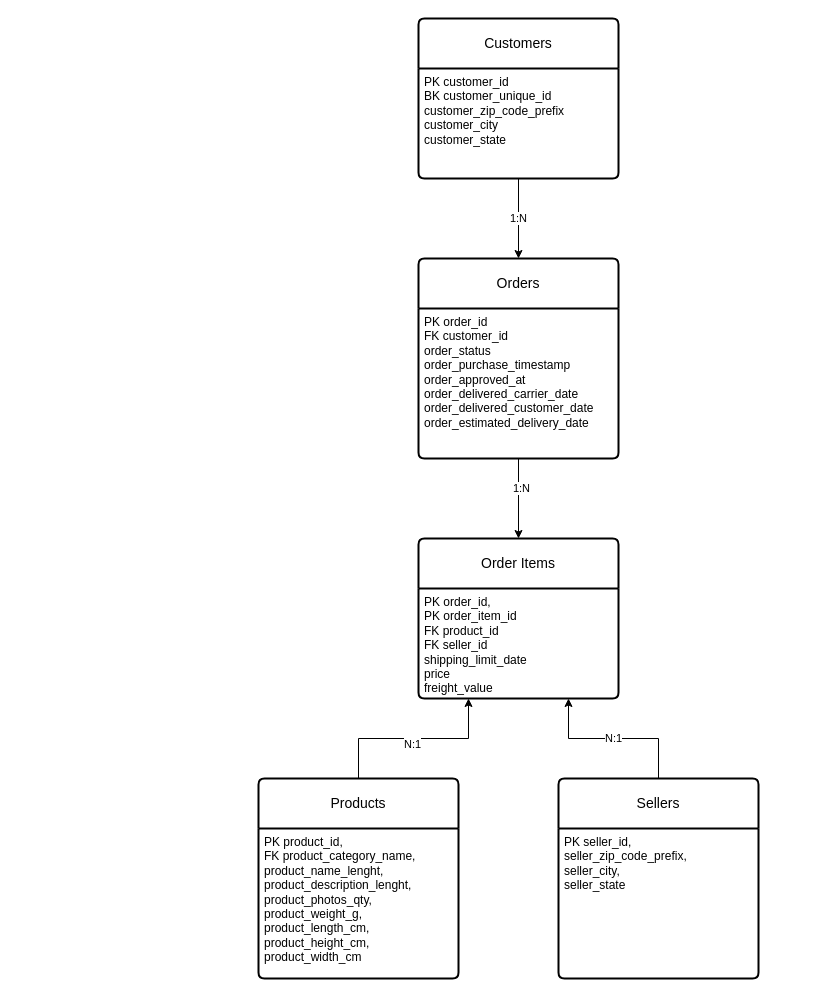
neeleshksingh/Ecommerce-Sales-Analytics keeps this draw.io diagram as docs/diagrams/logical-erd.drawio. Above is the earlier version. Source tidied: cells renumbered, new cells numbered last; positions are measured from the earlier drawing's top-left corner, leaving out a move shared by most shapes. Both pictures are drawn from the tidied source at 100%, with x=0, y=0 at pixel (258, 18).
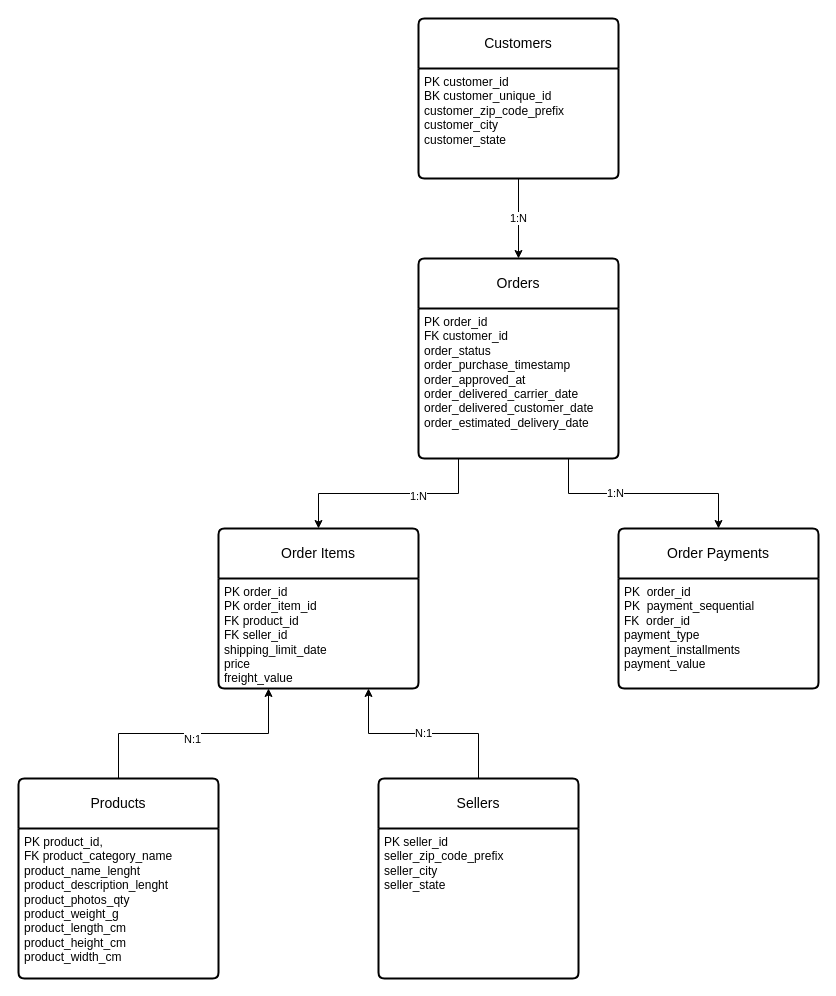
Above is the later version.

Commit message (it also covers changes not shown here):
Add Order Payments to ERD documentation

Unchanged cells that the change refers to:
```xml
<mxCell id="10" value="Orders" style="swimlane;horizontal=1;startSize=50;rounded=1;fontSize=14;fontStyle=0;strokeWidth=2;shadow=0;dashed=0;align=center;arcSize=4;whiteSpace=wrap;html=1;" parent="1" vertex="1">
  <mxGeometry x="160" y="240" width="200" height="200" as="geometry" />
</mxCell>
```

Diff of the diagram source:
```diff
@@
     <mxCell id="8" style="edgeStyle=orthogonalEdgeStyle;rounded=0;jettySize=auto;html=1;entryX=0.5;entryY=0;entryDx=0;entryDy=0;" parent="1" edge="1" source="10" target="12">
-      <mxGeometry relative="1" as="geometry" />
+      <mxGeometry relative="1" as="geometry">
+        <Array as="points">
+          <mxPoint x="200" y="475" />
+          <mxPoint x="60" y="475" />
+        </Array>
+      </mxGeometry>
     </mxCell>
@@
+    <mxCell id="22" style="edgeStyle=orthogonalEdgeStyle;rounded=0;jettySize=auto;html=1;exitX=0.75;exitY=1;exitDx=0;exitDy=0;entryX=0.5;entryY=0;entryDx=0;entryDy=0;" parent="1" edge="1" source="10" target="24">
+      <mxGeometry relative="1" as="geometry" />
+    </mxCell>
+    <mxCell id="23" value="1:N" style="edgeLabel;html=1;align=center;verticalAlign=middle;" parent="22" vertex="1">
+      <mxGeometry x="-0.26" y="1" relative="1" as="geometry" />
+    </mxCell>
@@
     <mxCell id="12" value="Order Items" style="swimlane;horizontal=1;startSize=50;rounded=1;fontSize=14;fontStyle=0;strokeWidth=2;shadow=0;dashed=0;align=center;arcSize=4;whiteSpace=wrap;html=1;" parent="1" vertex="1">
-      <mxGeometry x="160" y="520" width="200" height="160" as="geometry" />
+      <mxGeometry x="-40" y="510" width="200" height="160" as="geometry" />
     </mxCell>
-    <mxCell id="13" value="PK order_id,&lt;div&gt;PK order_item_id&lt;/div&gt;&lt;div&gt;FK product_id&amp;nbsp;&lt;div&gt;FK seller_id&amp;nbsp;&lt;/div&gt;&lt;div&gt;shipping_limit_date&lt;br&gt;price&lt;br&gt;freight_value&lt;/div&gt;&lt;/div&gt;" style="align=left;strokeColor=none;fillColor=none;spacingLeft=4;spacingRight=4;fontSize=12;verticalAlign=top;html=1;whiteSpace=wrap;" parent="12" vertex="1">
+    <mxCell id="13" value="PK order_id&lt;div&gt;PK order_item_id&lt;/div&gt;&lt;div&gt;FK product_id&amp;nbsp;&lt;div&gt;FK seller_id&amp;nbsp;&lt;/div&gt;&lt;div&gt;shipping_limit_date&lt;br&gt;price&lt;br&gt;freight_value&lt;/div&gt;&lt;/div&gt;" style="align=left;strokeColor=none;fillColor=none;spacingLeft=4;spacingRight=4;fontSize=12;verticalAlign=top;html=1;whiteSpace=wrap;" parent="12" vertex="1">
       <mxGeometry y="50" width="200" height="110" as="geometry" />
     </mxCell>
@@
     <mxCell id="17" value="Products" style="swimlane;horizontal=1;startSize=50;rounded=1;fontSize=14;fontStyle=0;strokeWidth=2;shadow=0;dashed=0;align=center;arcSize=4;whiteSpace=wrap;html=1;" parent="1" vertex="1">
-      <mxGeometry y="760" width="200" height="200" as="geometry" />
+      <mxGeometry x="-240" y="760" width="200" height="200" as="geometry" />
     </mxCell>
-    <mxCell id="18" value="PK product_id,&lt;br&gt;FK product_category_name,&lt;div&gt;&lt;div&gt;product_name_lenght,&lt;/div&gt;&lt;div&gt;product_description_lenght,&lt;/div&gt;&lt;div&gt;product_photos_qty,&lt;/div&gt;&lt;div&gt;product_weight_g,&lt;/div&gt;&lt;div&gt;product_length_cm,&lt;/div&gt;&lt;div&gt;&lt;span style=&quot;background-color: transparent; color: light-dark(rgb(0, 0, 0), rgb(255, 255, 255));&quot;&gt;product_height_cm,&lt;/span&gt;&lt;/div&gt;&lt;div&gt;&lt;span style=&quot;background-color: transparent; color: light-dark(rgb(0, 0, 0), rgb(255, 255, 255));&quot;&gt;product_width_cm&lt;/span&gt;&lt;/div&gt;&lt;/div&gt;" style="align=left;strokeColor=none;fillColor=none;spacingLeft=4;spacingRight=4;fontSize=12;verticalAlign=top;html=1;whiteSpace=wrap;" parent="17" vertex="1">
+    <mxCell id="18" value="PK product_id,&lt;br&gt;FK product_category_name&lt;div&gt;&lt;div&gt;product_name_lenght&lt;/div&gt;&lt;div&gt;product_description_lenght&lt;/div&gt;&lt;div&gt;product_photos_qty&lt;/div&gt;&lt;div&gt;product_weight_g&lt;/div&gt;&lt;div&gt;product_length_cm&lt;/div&gt;&lt;div&gt;&lt;span style=&quot;background-color: transparent; color: light-dark(rgb(0, 0, 0), rgb(255, 255, 255));&quot;&gt;product_height_cm&lt;/span&gt;&lt;/div&gt;&lt;div&gt;&lt;span style=&quot;background-color: transparent; color: light-dark(rgb(0, 0, 0), rgb(255, 255, 255));&quot;&gt;product_width_cm&lt;/span&gt;&lt;/div&gt;&lt;/div&gt;" style="align=left;strokeColor=none;fillColor=none;spacingLeft=4;spacingRight=4;fontSize=12;verticalAlign=top;html=1;whiteSpace=wrap;" parent="17" vertex="1">
       <mxGeometry y="50" width="200" height="150" as="geometry" />
     </mxCell>
@@
     <mxCell id="20" value="Sellers" style="swimlane;horizontal=1;startSize=50;rounded=1;fontSize=14;fontStyle=0;strokeWidth=2;shadow=0;dashed=0;align=center;arcSize=4;whiteSpace=wrap;html=1;" parent="1" vertex="1">
-      <mxGeometry x="300" y="760" width="200" height="200" as="geometry" />
+      <mxGeometry x="120" y="760" width="200" height="200" as="geometry" />
     </mxCell>
-    <mxCell id="21" value="PK seller_id&lt;span style=&quot;background-color: transparent; color: light-dark(rgb(0, 0, 0), rgb(255, 255, 255));&quot;&gt;,&lt;/span&gt;&lt;br&gt;&lt;div&gt;&lt;div&gt;seller_zip_code_prefix,&lt;/div&gt;&lt;div&gt;seller_city,&lt;/div&gt;&lt;div&gt;seller_state&lt;br&gt;&lt;/div&gt;&lt;/div&gt;" style="align=left;strokeColor=none;fillColor=none;spacingLeft=4;spacingRight=4;fontSize=12;verticalAlign=top;html=1;whiteSpace=wrap;" parent="20" vertex="1">
+    <mxCell id="21" value="PK seller_id&lt;br&gt;&lt;div&gt;&lt;div&gt;seller_zip_code_prefix&lt;/div&gt;&lt;div&gt;seller_city&lt;/div&gt;&lt;div&gt;seller_state&lt;br&gt;&lt;/div&gt;&lt;/div&gt;" style="align=left;strokeColor=none;fillColor=none;spacingLeft=4;spacingRight=4;fontSize=12;verticalAlign=top;html=1;whiteSpace=wrap;" parent="20" vertex="1">
       <mxGeometry y="50" width="200" height="150" as="geometry" />
     </mxCell>
+    <mxCell id="24" value="Order Payments" style="swimlane;horizontal=1;startSize=50;rounded=1;fontSize=14;fontStyle=0;strokeWidth=2;shadow=0;dashed=0;align=center;arcSize=4;whiteSpace=wrap;html=1;" parent="1" vertex="1">
+      <mxGeometry x="360" y="510" width="200" height="160" as="geometry" />
+    </mxCell>
+    <mxCell id="25" value="&lt;div&gt;PK&amp;nbsp; order_id&amp;nbsp; &amp;nbsp; &amp;nbsp; &amp;nbsp; &amp;nbsp; &amp;nbsp; &amp;nbsp; &amp;nbsp; &amp;nbsp; &amp;nbsp; &amp;nbsp;&lt;/div&gt;&lt;div&gt;PK&amp;nbsp; payment_sequential&amp;nbsp; &amp;nbsp; &amp;nbsp; &amp;nbsp; &amp;nbsp; &amp;nbsp; &amp;nbsp;&amp;nbsp;&lt;/div&gt;&lt;div&gt;FK&amp;nbsp; order_id&amp;nbsp; &amp;nbsp; &amp;nbsp; &amp;nbsp; &amp;nbsp; &amp;nbsp; &amp;nbsp; &amp;nbsp; &amp;nbsp; &amp;nbsp; &amp;nbsp; &amp;nbsp;&amp;nbsp;&lt;/div&gt;&lt;div&gt;payment_type&amp;nbsp; &amp;nbsp; &amp;nbsp; &amp;nbsp; &amp;nbsp; &amp;nbsp; &amp;nbsp; &amp;nbsp; &amp;nbsp;&amp;nbsp;&lt;/div&gt;&lt;div&gt;payment_installments&amp;nbsp; &amp;nbsp; &amp;nbsp; &amp;nbsp;&lt;/div&gt;&lt;div&gt;payment_value&lt;/div&gt;" style="align=left;strokeColor=none;fillColor=none;spacingLeft=4;spacingRight=4;fontSize=12;verticalAlign=top;html=1;whiteSpace=wrap;" parent="24" vertex="1">
+      <mxGeometry y="50" width="200" height="110" as="geometry" />
+    </mxCell>
```
